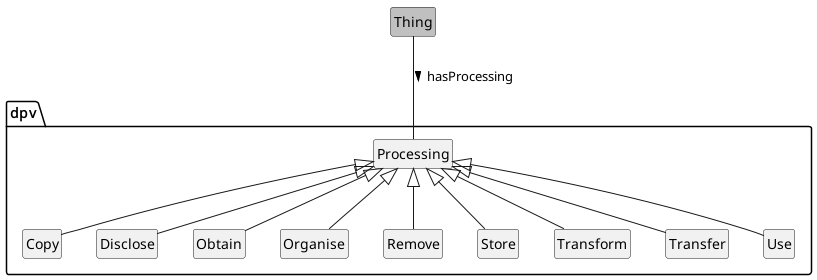
The PlantUML diagram media/processing.png in jeswr/dpv, before a commit.
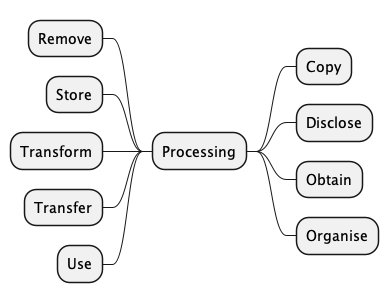
The same diagram one commit later.

Diff of the diagram source:
```diff
@@ -1,30 +1,16 @@
-@startuml
+@startmindmap
 !include style.plantuml
 
-class Thing #silver
-package dpv {
-	class Copy
-	class Disclose
-	class Obtain
-	class Organise
-	class Processing
-	class Remove
-	class Store
-	class Transform
-	class Transfer
-	class Use
-}
 
-Thing -- Processing: hasProcessing >
-
-Processing <|-- Copy
-Processing <|-- Disclose
-Processing <|-- Obtain
-Processing <|-- Organise
-Processing <|-- Remove
-Processing <|-- Store
-Processing <|-- Transform
-Processing <|-- Transfer
-Processing <|-- Use
++ Processing
+++ Copy
+++ Disclose
+++ Obtain
+++ Organise
+-- Remove
+-- Store
+-- Transform
+-- Transfer
+-- Use
 
 @enduml
```
